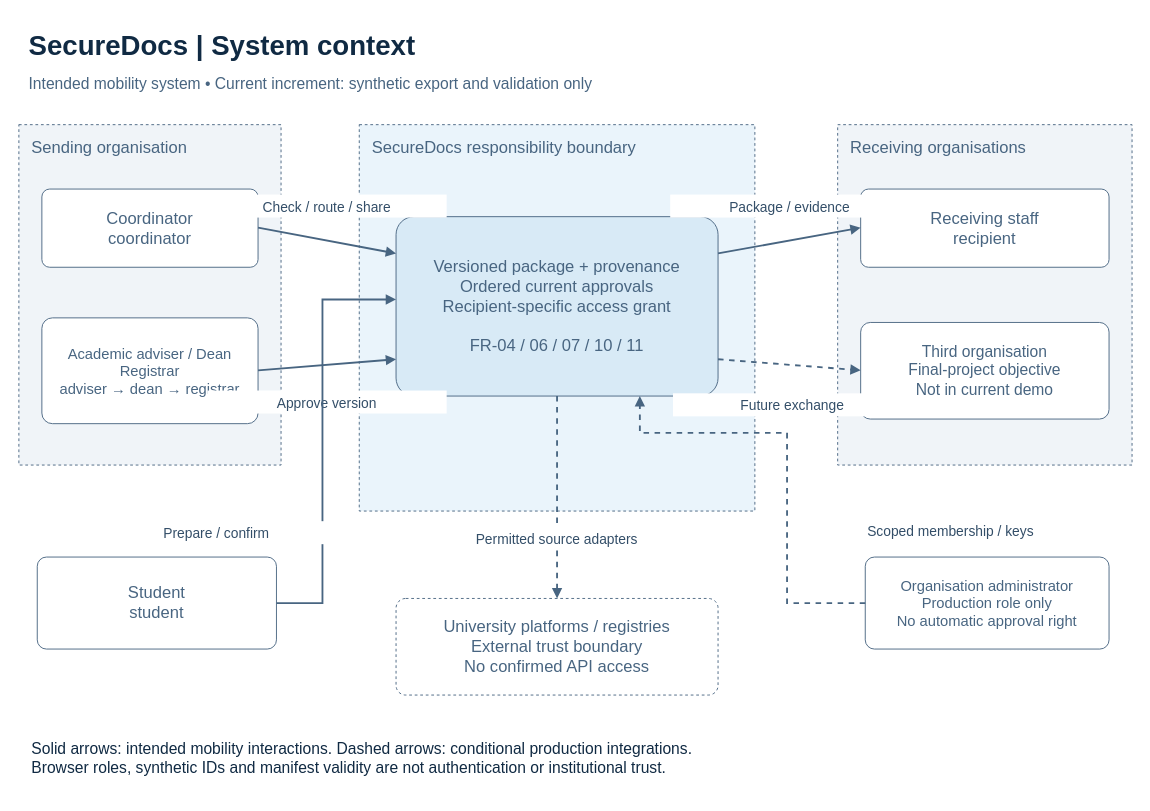
The draw.io diagram diagrams/context.drawio in nifflyar/SecureDocs, before the edit. Source tidied: cells renumbered, new cells numbered last; positions are measured from the earlier drawing's top-left corner, leaving out a move shared by most shapes. Both pictures are drawn from the tidied source at 92%, with x=0, y=0 at pixel (16, 16).
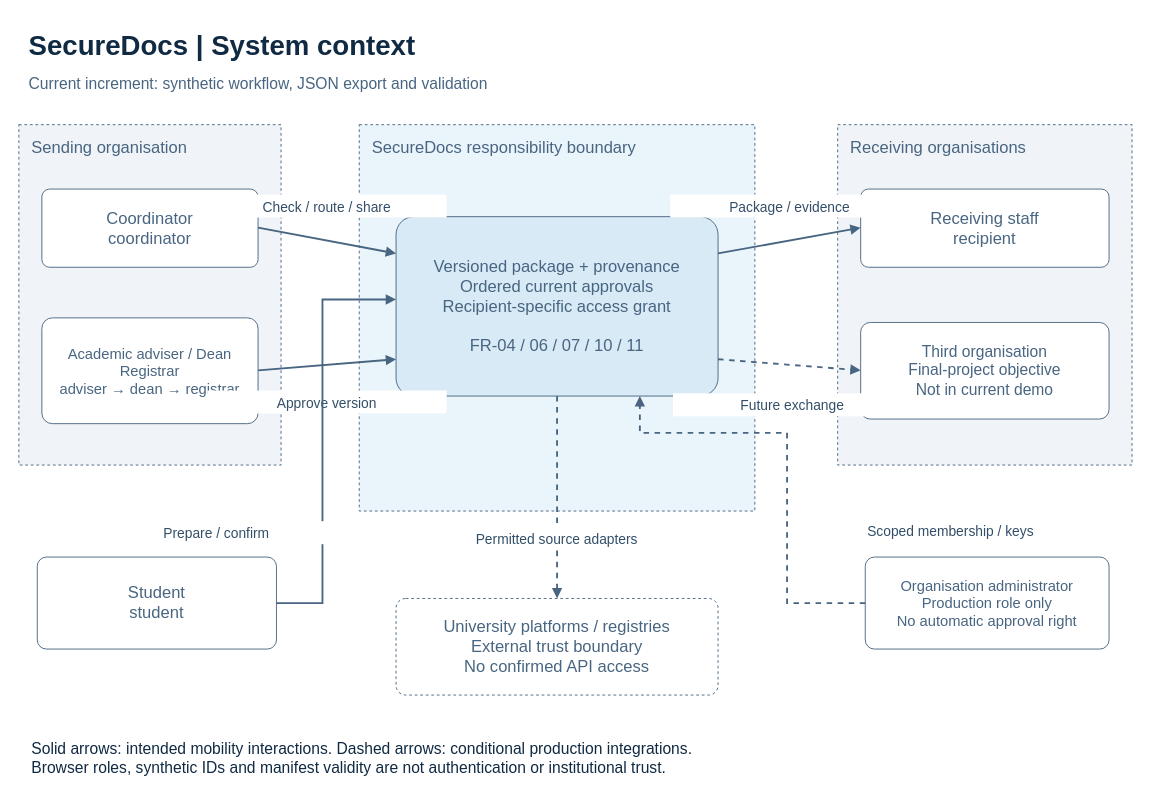
Above is the later version.

Change to the diagram source:
```diff
@@
-    <mxCell id="3" value="Intended mobility system • Current increment: synthetic export and validation only" style="whiteSpace=wrap;html=0;fillColor=none;strokeColor=#486581;fontColor=#486581;fontSize=17;fontFamily=Arial;text;strokeColor=none;align=left;verticalAlign=top;spacingLeft=12;spacingTop=8;" parent="1" vertex="1">
+    <mxCell id="3" value="Current increment: synthetic workflow, JSON export and validation" style="whiteSpace=wrap;html=0;fillColor=none;strokeColor=#486581;fontColor=#486581;fontSize=17;fontFamily=Arial;text;strokeColor=none;align=left;verticalAlign=top;spacingLeft=12;spacingTop=8;" parent="1" vertex="1">
       <mxGeometry y="50" width="1216" height="42" as="geometry" />
     </mxCell>
```
